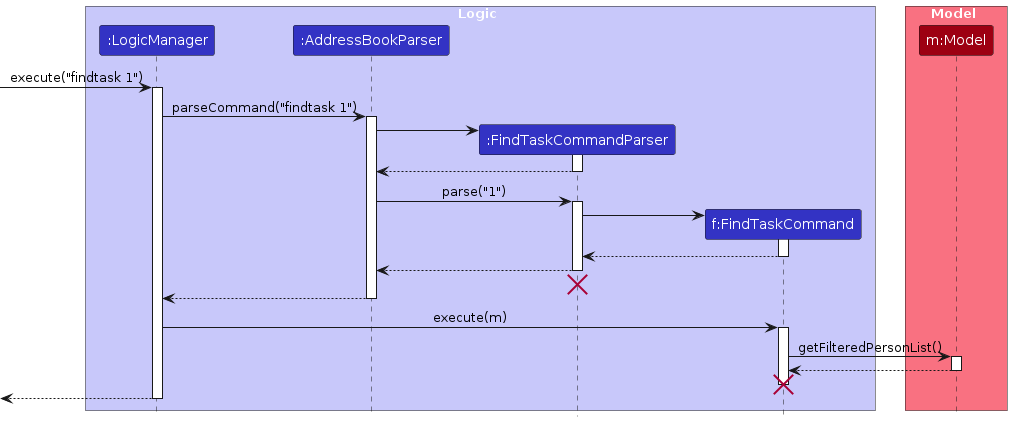
Earlier version of the PlantUML export diagrams/FindTaskSequenceDiagram.png (AY2425S1-CS2103T-F15-1/tp). Its source is kept beside it as diagrams/FindTaskSequenceDiagram.puml. Source of this version:
```plantuml
@startuml
!include style.puml
skinparam ArrowFontStyle plain

box Logic LOGIC_COLOR_T1
participant ":LogicManager" as LogicManager LOGIC_COLOR
participant ":AddressBookParser" as AddressBookParser LOGIC_COLOR
participant ":FindTaskCommandParser" as FindTaskCommandParser LOGIC_COLOR
participant "f:FindTaskCommand" as FindTaskCommand LOGIC_COLOR
end box

box Model MODEL_COLOR_T1
participant "m:Model" as Model MODEL_COLOR
end box

[-> LogicManager : execute("findtask 1")
activate LogicManager

LogicManager -> AddressBookParser : parseCommand("findtask 1")
activate AddressBookParser

create FindTaskCommandParser
AddressBookParser -> FindTaskCommandParser
activate FindTaskCommandParser

FindTaskCommandParser --> AddressBookParser
deactivate FindTaskCommandParser

AddressBookParser -> FindTaskCommandParser : parse("1")
activate FindTaskCommandParser

create FindTaskCommand
FindTaskCommandParser -> FindTaskCommand
activate FindTaskCommand

FindTaskCommand --> FindTaskCommandParser :
deactivate FindTaskCommand

FindTaskCommandParser --> AddressBookParser
deactivate FindTaskCommandParser

FindTaskCommandParser -[hidden]-> AddressBookParser
destroy FindTaskCommandParser

AddressBookParser --> LogicManager
deactivate AddressBookParser

LogicManager -> FindTaskCommand : execute(m)
activate FindTaskCommand

FindTaskCommand -> Model : getFilteredPersonList()
activate Model

Model --> FindTaskCommand
deactivate Model


FindTaskCommand -[hidden]-> LogicManager
destroy FindTaskCommand

[<-- LogicManager
deactivate LogicManager

@enduml
```
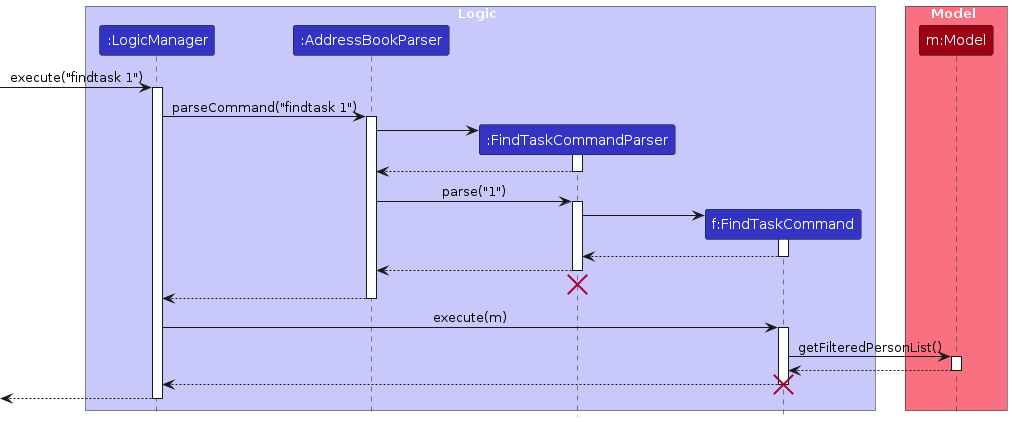
Later version of the same file.

The edit, as a diff of the source:
```diff
@@ -55,9 +55,8 @@
 deactivate Model
 
 
-FindTaskCommand -[hidden]-> LogicManager
+FindTaskCommand --> LogicManager
 destroy FindTaskCommand
-
 [<-- LogicManager
 deactivate LogicManager
 
```
